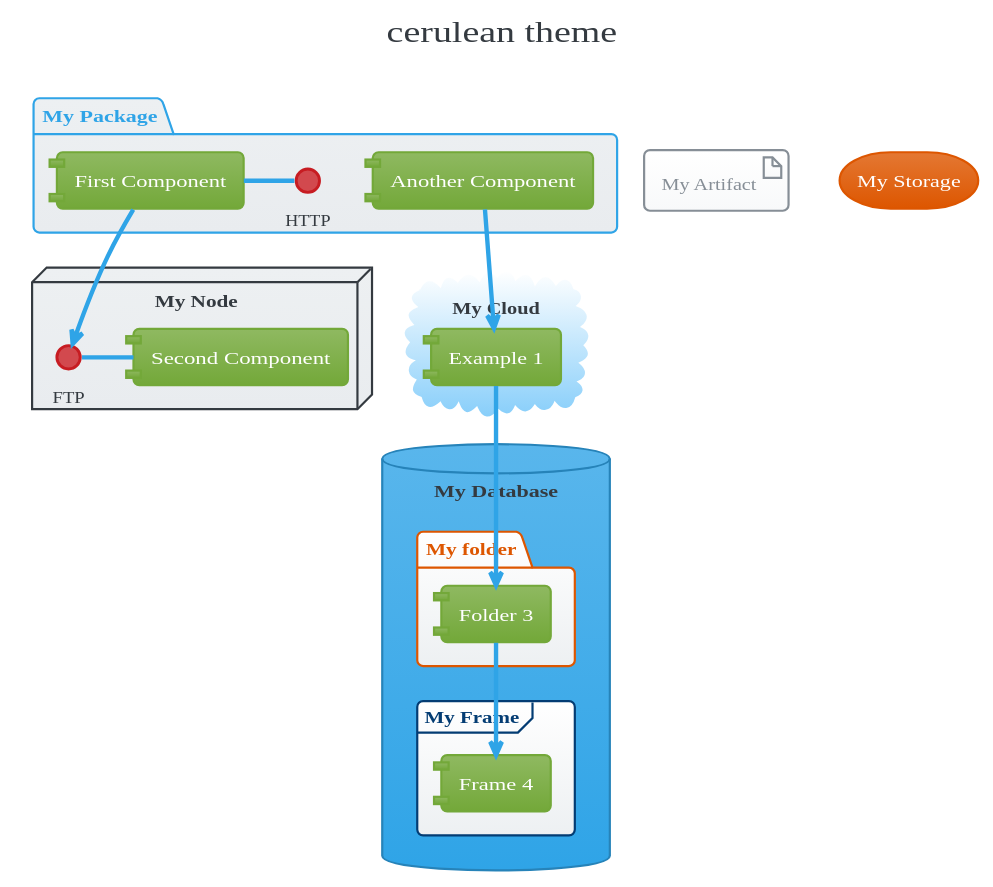
Above: themes/cerulean/component-ex.svg in bschwarz/puml-themes (PlantUML), before the change.
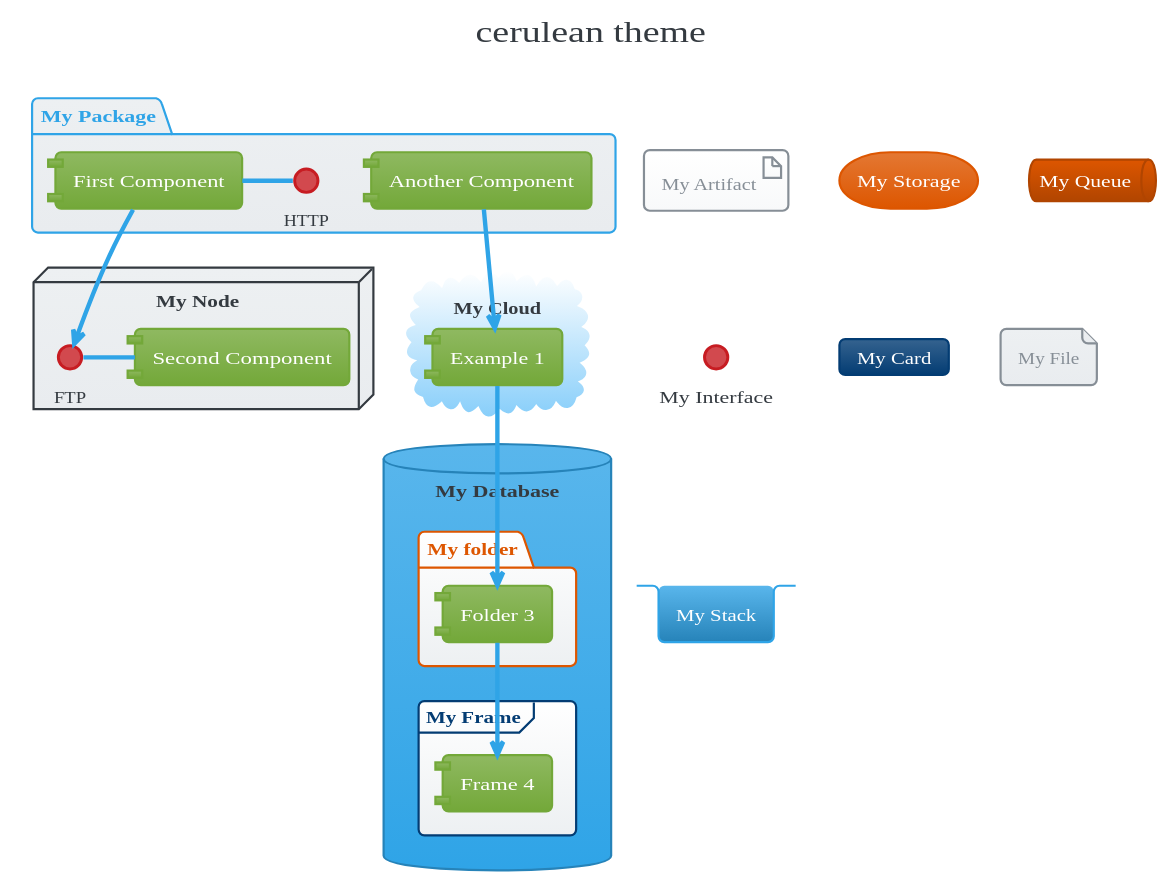
The same diagram one commit later.

Change to the diagram source:
```diff
@@ -229,6 +229,31 @@
 	AttributeFontSize 11
 }
 
+skinparam queue {
+	BackgroundColor #DD5600-#B14500
+  	BorderColor #B14500
+	FontColor #FFF
+}
+
+skinparam card {
+	BackgroundColor #35638F-#033C73
+	BorderColor #033C73
+	FontColor #FFF
+}
+
+skinparam file {
+	BackgroundColor #EDF0F2-#E9ECEF
+	BorderColor #868E96
+	FontColor #868E96
+
+}
+
+skinparam stack {
+	BackgroundColor #59B6EC-#2683B9
+	BorderColor #2FA4E7
+	FontColor #FFF
+}
+
 title cerulean theme
 
 skinparam BackgroundColor transparent
@@ -259,6 +284,11 @@
 
 artifact "My Artifact"
 storage "My Storage"
+queue "My Queue"
+interface "My Interface"
+card "My Card"
+file "My File"
+stack "My Stack"
 
 [Another Component] --> [Example 1]
 [Example 1] --> [Folder 3]
```
